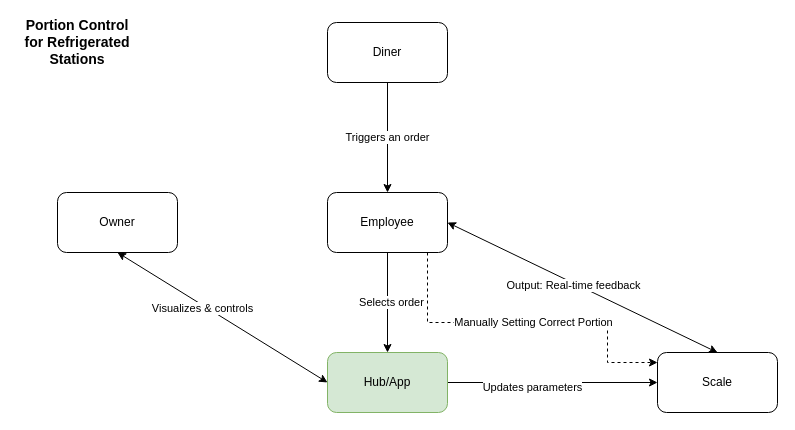
Above: page "Workflow" (1 of 5) of diagrams/inverte-architecture.drawio in jarco0204/inverte-v1 (draw.io), before the change. Source tidied: cells renumbered, new cells numbered last; positions are measured from the earlier drawing's top-left corner, leaving out a move shared by most shapes. Both pictures are drawn from the tidied source at 100%, with x=0, y=0 at pixel (17, 22).
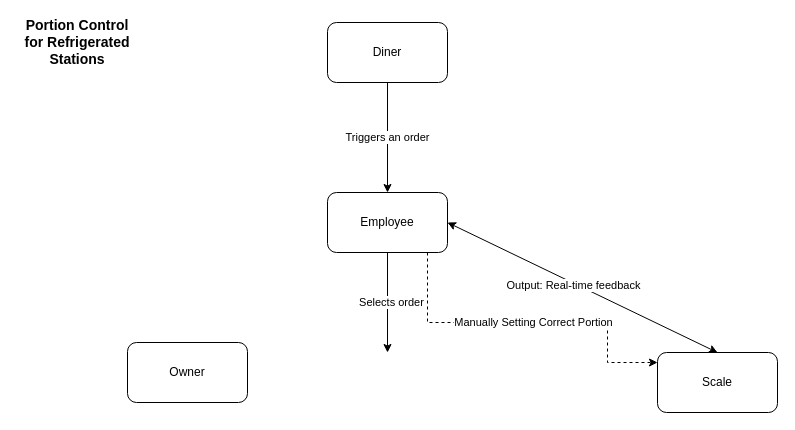
The same page after the edit.

The change refers to these unchanged cells:
```xml
<mxCell id="9" value="Employee" style="rounded=1;whiteSpace=wrap;html=1;" parent="1" vertex="1">
  <mxGeometry x="310" y="170" width="120" height="60" as="geometry" />
</mxCell>
<mxCell id="14" value="Scale" style="rounded=1;whiteSpace=wrap;html=1;" parent="1" vertex="1">
  <mxGeometry x="640" y="330" width="120" height="60" as="geometry" />
</mxCell>
```

The edit, as a diff of the source:
```diff
@@
-    <mxCell id="5" style="edgeStyle=orthogonalEdgeStyle;rounded=0;jettySize=auto;html=1;entryX=0.5;entryY=0;entryDx=0;entryDy=0;" parent="1" edge="1" source="9" target="13">
-      <mxGeometry relative="1" as="geometry" />
+    <mxCell id="5" style="edgeStyle=orthogonalEdgeStyle;rounded=0;jettySize=auto;html=1;entryX=0.5;entryY=0;entryDx=0;entryDy=0;" parent="1" edge="1" source="9">
+      <mxGeometry relative="1" as="geometry">
+        <mxPoint x="370" y="330" as="targetPoint" />
+      </mxGeometry>
     </mxCell>
@@
-    <mxCell id="11" style="edgeStyle=orthogonalEdgeStyle;rounded=0;jettySize=auto;html=1;entryX=0;entryY=0.5;entryDx=0;entryDy=0;" parent="1" edge="1" source="13" target="14">
-      <mxGeometry relative="1" as="geometry" />
-    </mxCell>
-    <mxCell id="12" value="Updates parameters" style="edgeLabel;html=1;align=center;verticalAlign=middle;" parent="11" vertex="1">
-      <mxGeometry x="-0.2" y="-4" relative="1" as="geometry" />
-    </mxCell>
-    <mxCell id="13" value="&lt;div&gt;Hub/App&lt;/div&gt;" style="rounded=1;whiteSpace=wrap;html=1;fillColor=#d5e8d4;strokeColor=#82b366;" parent="1" vertex="1">
-      <mxGeometry x="310" y="330" width="120" height="60" as="geometry" />
-    </mxCell>
@@
     <mxCell id="17" value="Owner" style="rounded=1;whiteSpace=wrap;html=1;" parent="1" vertex="1">
-      <mxGeometry x="40" y="170" width="120" height="60" as="geometry" />
+      <mxGeometry x="110" y="320" width="120" height="60" as="geometry" />
     </mxCell>
-    <mxCell id="18" style="group;" parent="1" vertex="1">
-      <mxGeometry x="50" y="240" width="200" height="100" as="geometry" />
-    </mxCell>
-    <mxCell id="19" style="endArrow=classic;startArrow=classic;html=1;entryX=0;entryY=0.5;entryDx=0;entryDy=0;exitX=0.5;exitY=1;exitDx=0;exitDy=0;" parent="18" edge="1" source="17" target="13">
-      <mxGeometry relative="1" as="geometry" />
-    </mxCell>
-    <mxCell id="20" value="Visualizes &amp;amp; controls" style="edgeLabel;html=1;align=center;verticalAlign=middle;" parent="19" vertex="1">
-      <mxGeometry x="-0.18" y="-3" relative="1" as="geometry" />
-    </mxCell>
```
